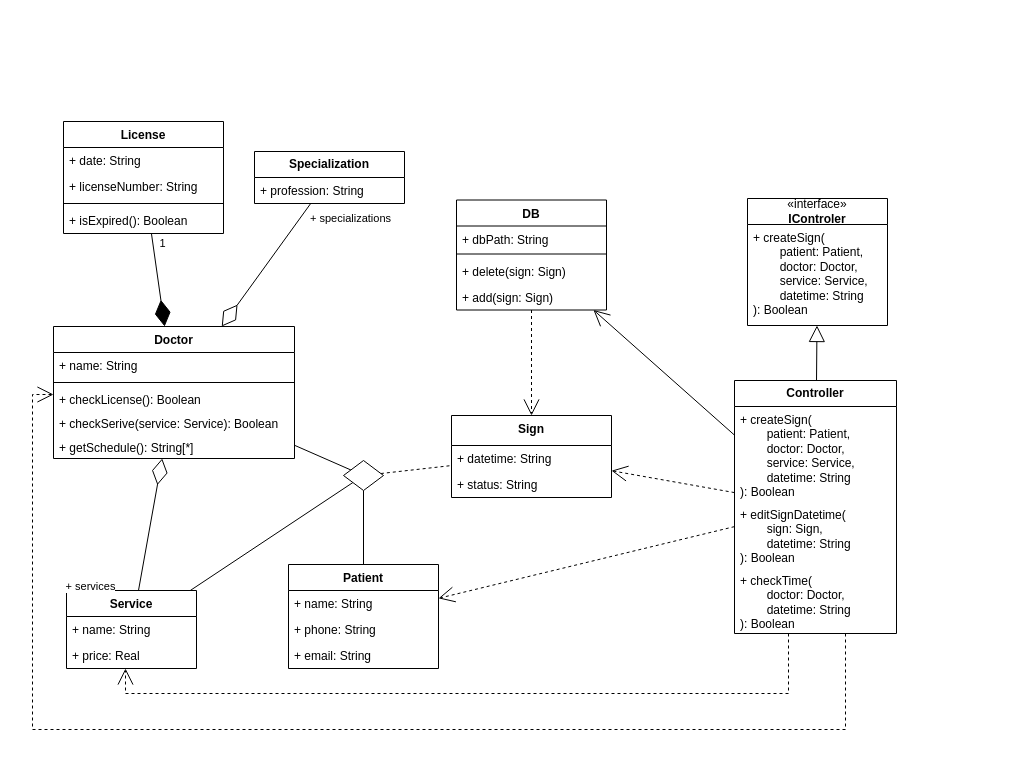
Before: page "классов" (4 of 6) of 2 лаба.drawio in Encorsio23/OOAPGovorovMikhailitsinMuslimov, a draw.io diagram. Source tidied: cells renumbered, new cells numbered last; positions are measured from the earlier drawing's top-left corner, leaving out a move shared by most shapes. Both pictures are drawn from the tidied source at 100%, with x=0, y=0 at pixel (32, 121).
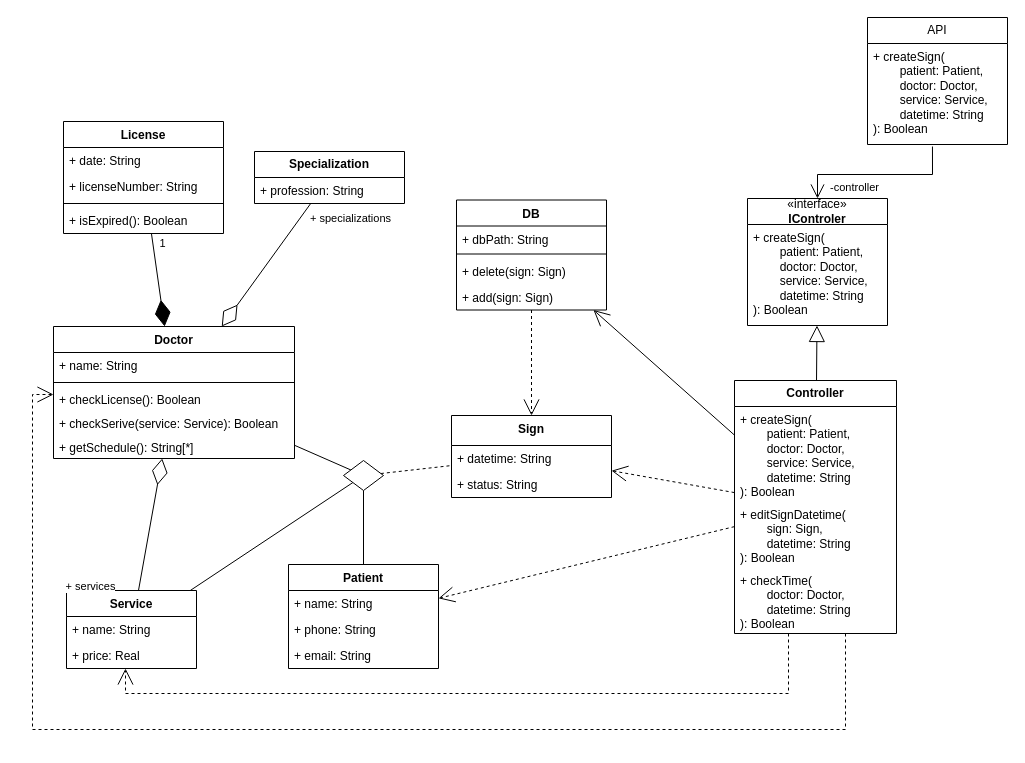
After the change.

The change refers to these unchanged cells:
```xml
<mxCell id="26" value="«interface»&lt;br&gt;&lt;b&gt;IControler&lt;/b&gt;" style="swimlane;fontStyle=0;horizontal=1;startSize=26;fillColor=none;whiteSpace=wrap;html=1;" parent="1" vertex="1">
  <mxGeometry x="715" y="77" width="140" height="127" as="geometry" />
</mxCell>
```

What changed in the source:
```diff
@@
+    <mxCell id="51" value="API" style="swimlane;fontStyle=0;horizontal=1;startSize=26;fillColor=none;whiteSpace=wrap;html=1;" parent="1" vertex="1">
+      <mxGeometry x="835" y="-104" width="140" height="127" as="geometry" />
+    </mxCell>
+    <mxCell id="52" value="+ createSign(&lt;div&gt;&lt;span style=&quot;white-space: pre;&quot;&gt;&#9;&lt;/span&gt;patient: Patient,&lt;/div&gt;&lt;div&gt;&lt;span style=&quot;white-space: pre;&quot;&gt;&#9;&lt;/span&gt;doctor: Doctor,&lt;/div&gt;&lt;div&gt;&lt;span style=&quot;white-space: pre;&quot;&gt;&#9;&lt;/span&gt;service: Service,&lt;/div&gt;&lt;div&gt;&lt;span style=&quot;white-space: pre;&quot;&gt;&#9;&lt;/span&gt;datetime: String&lt;/div&gt;&lt;div&gt;):&amp;nbsp;&lt;span style=&quot;background-color: transparent; color: light-dark(rgb(0, 0, 0), rgb(255, 255, 255));&quot;&gt;Boolean&lt;/span&gt;&lt;/div&gt;" style="text;strokeColor=none;fillColor=none;align=left;verticalAlign=top;spacingLeft=4;spacingRight=4;overflow=hidden;points=[[0,0.5],[1,0.5]];portConstraint=eastwest;whiteSpace=wrap;html=1;" parent="51" vertex="1">
+      <mxGeometry y="26" width="140" height="101" as="geometry" />
+    </mxCell>
+    <mxCell id="53" style="endArrow=open;endFill=1;endSize=12;html=1;rounded=0;exitX=0.464;exitY=1.02;exitDx=0;exitDy=0;exitPerimeter=0;entryX=0.5;entryY=0;entryDx=0;entryDy=0;edgeStyle=orthogonalEdgeStyle;" parent="1" edge="1" source="52" target="26">
+      <mxGeometry relative="1" as="geometry">
+        <Array as="points">
+          <mxPoint x="900" y="53" />
+          <mxPoint x="785" y="53" />
+        </Array>
+      </mxGeometry>
+    </mxCell>
+    <mxCell id="54" value="-controller" style="edgeLabel;html=1;align=center;verticalAlign=middle;" parent="53" vertex="1">
+      <mxGeometry x="-0.01" y="-2" relative="1" as="geometry">
+        <mxPoint x="-23" y="14" as="offset" />
+      </mxGeometry>
+    </mxCell>
```
